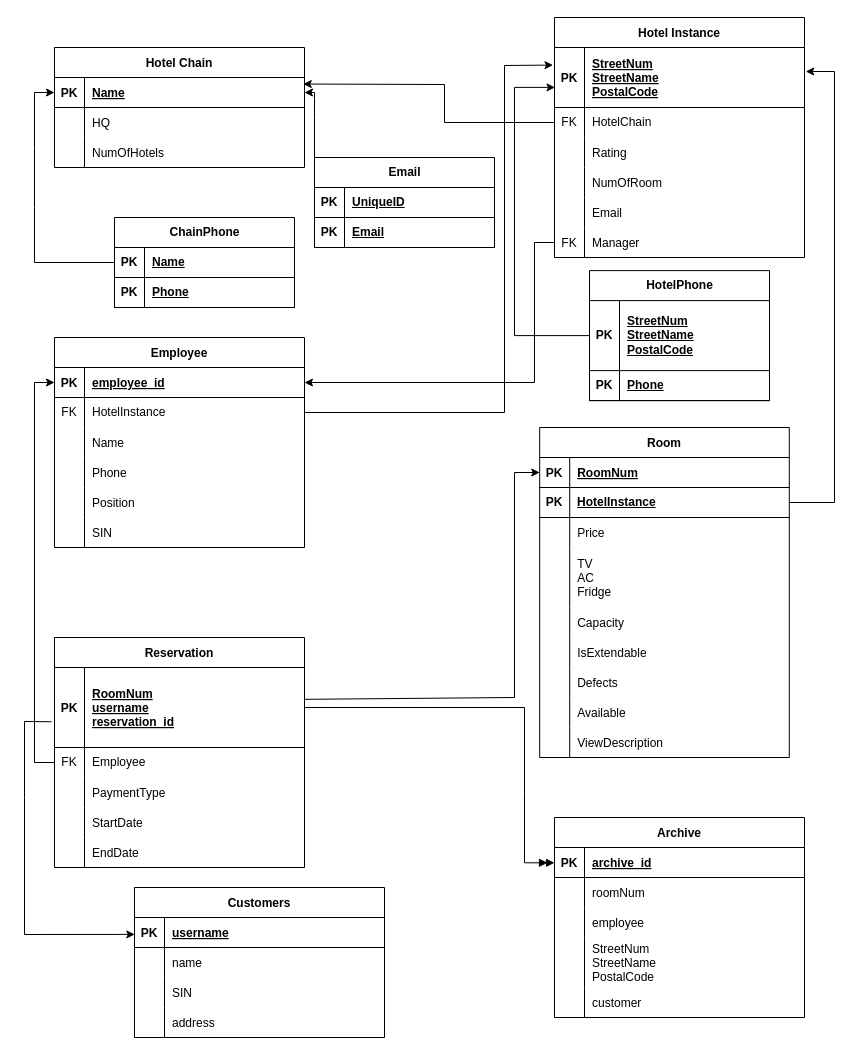
The draw.io diagram RelationalDiagram.drawio in LD-UO/CSI2132-Project, before the edit. Source tidied: cells renumbered, new cells numbered last; positions are measured from the earlier drawing's top-left corner, leaving out a move shared by most shapes. Both pictures are drawn from the tidied source at 100%, with x=0, y=0 at pixel (24, 17).
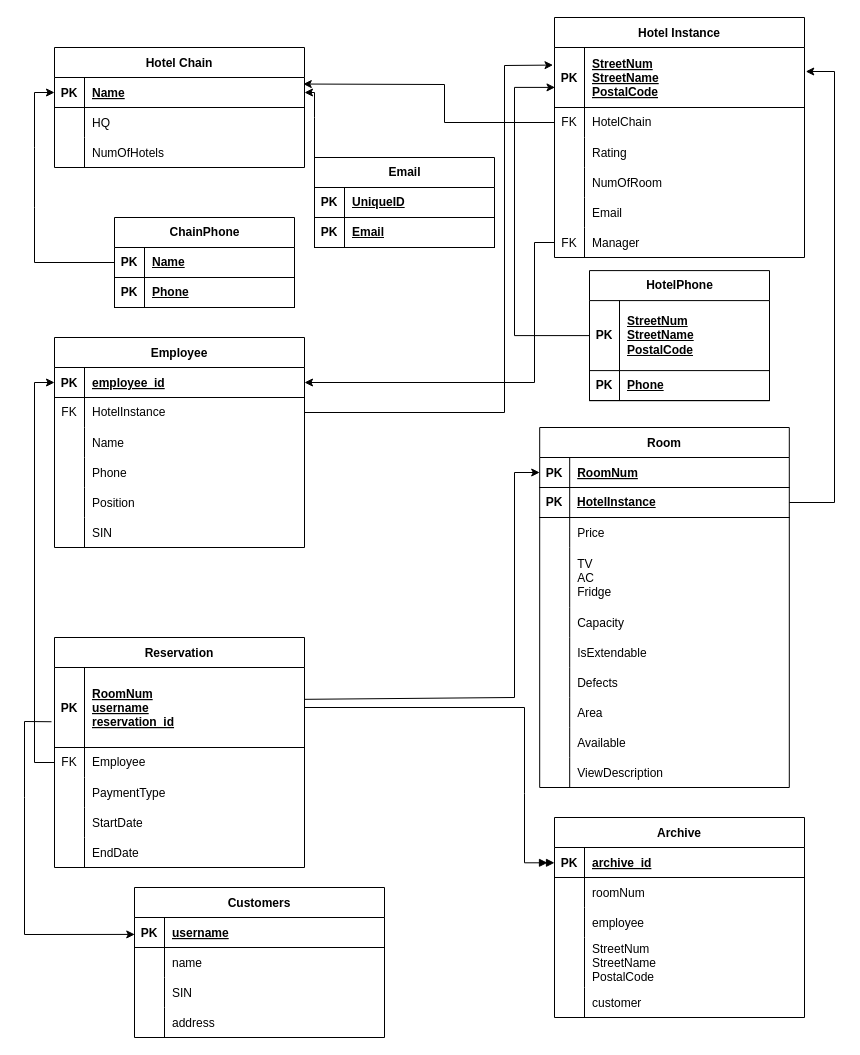
The same page after the edit.

Commit message (it also covers changes not shown here):
Added: area attribute for rooms (null allowed), view for available rooms by area

Diff of the diagram source:
```diff
@@
     <mxCell id="98" value="Room" style="shape=table;startSize=30;childLayout=tableLayout;rowLines=0;fontStyle=1;align=center;" parent="1" vertex="1">
-      <mxGeometry x="515.2" y="410" width="249.6" height="330" as="geometry" />
+      <mxGeometry x="515.2" y="410" width="249.6" height="360" as="geometry" />
     </mxCell>
@@
+    <mxCell id="155" style="shape=tableRow;horizontal=0;startSize=0;swimlaneHead=0;swimlaneBody=0;fillColor=none;top=0;left=0;right=0;bottom=0;" parent="98" vertex="1">
+      <mxGeometry y="270" width="249.6" height="30" as="geometry" />
+    </mxCell>
+    <mxCell id="156" style="shape=partialRectangle;fillColor=none;top=0;left=0;bottom=0;right=0;overflow=hidden;" parent="155" vertex="1">
+      <mxGeometry width="30" height="30" as="geometry" />
+    </mxCell>
+    <mxCell id="157" value="Area" style="shape=partialRectangle;fillColor=none;top=0;left=0;bottom=0;right=0;align=left;spacingLeft=6;overflow=hidden;" parent="155" vertex="1">
+      <mxGeometry x="30" width="219.6" height="30" as="geometry" />
+    </mxCell>
     <mxCell id="120" style="shape=tableRow;horizontal=0;startSize=0;swimlaneHead=0;swimlaneBody=0;fillColor=none;top=0;left=0;right=0;bottom=0;" parent="98" vertex="1">
-      <mxGeometry y="270" width="249.6" height="30" as="geometry" />
+      <mxGeometry y="300" width="249.6" height="30" as="geometry" />
     </mxCell>
@@
     <mxCell id="123" style="shape=tableRow;horizontal=0;startSize=0;swimlaneHead=0;swimlaneBody=0;fillColor=none;top=0;left=0;right=0;bottom=0;" parent="98" vertex="1">
-      <mxGeometry y="300" width="249.6" height="30" as="geometry" />
+      <mxGeometry y="330" width="249.6" height="30" as="geometry" />
     </mxCell>
```
